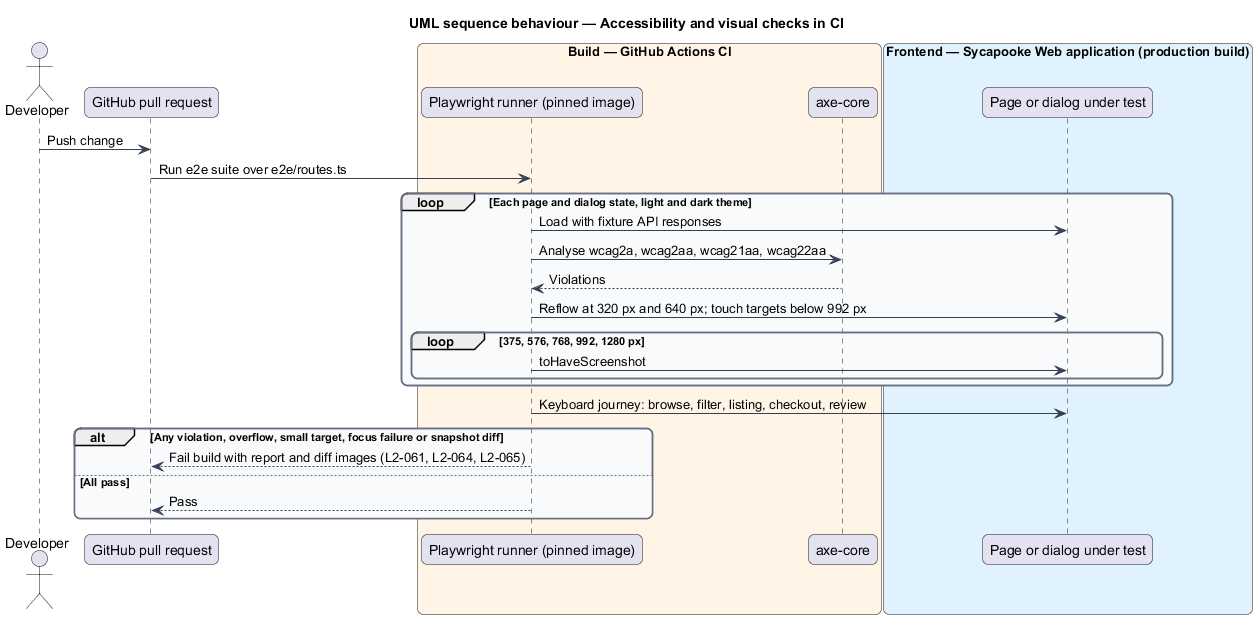
Above: docs/detailed-designs/platform/responsive-accessible-shell/diagrams/sequence-ci-accessibility.png in QuinntyneBrown/sycapooke (PlantUML), before the change. The source it was exported from:
```plantuml
@startuml
title UML sequence behaviour — Accessibility and visual checks in CI
skinparam backgroundColor #FFFFFF
skinparam shadowing false
skinparam roundcorner 12
skinparam defaultFontName Arial
skinparam ArrowColor #344054
skinparam rectangle {
  BorderColor #344054
  FontColor #101828
}
skinparam package {
  BorderColor #667085
  FontColor #101828
  BackgroundColor #F9FAFB
}
actor "Developer" as dev
participant "GitHub pull request" as pr
box "Build — GitHub Actions CI" #FFF4E5
  participant "Playwright runner (pinned image)" as pw
  participant "axe-core" as axe
end box
box "Frontend — Sycapooke Web application (production build)" #E0F2FE
  participant "Page or dialog under test" as page
end box
dev -> pr : Push change
pr -> pw : Run e2e suite over e2e/routes.ts
loop Each page and dialog state, light and dark theme
  pw -> page : Load with fixture API responses
  pw -> axe : Analyse wcag2a, wcag2aa, wcag21aa, wcag22aa
  axe --> pw : Violations
  pw -> page : Reflow at 320 px and 640 px; touch targets below 992 px
  loop 375, 576, 768, 992, 1280 px
    pw -> page : toHaveScreenshot
  end
end
pw -> page : Keyboard journey: browse, filter, listing, checkout, review
alt Any violation, overflow, small target, focus failure or snapshot diff
  pw --> pr : Fail build with report and diff images (L2-061, L2-064, L2-065)
else All pass
  pw --> pr : Pass
end
@enduml
```
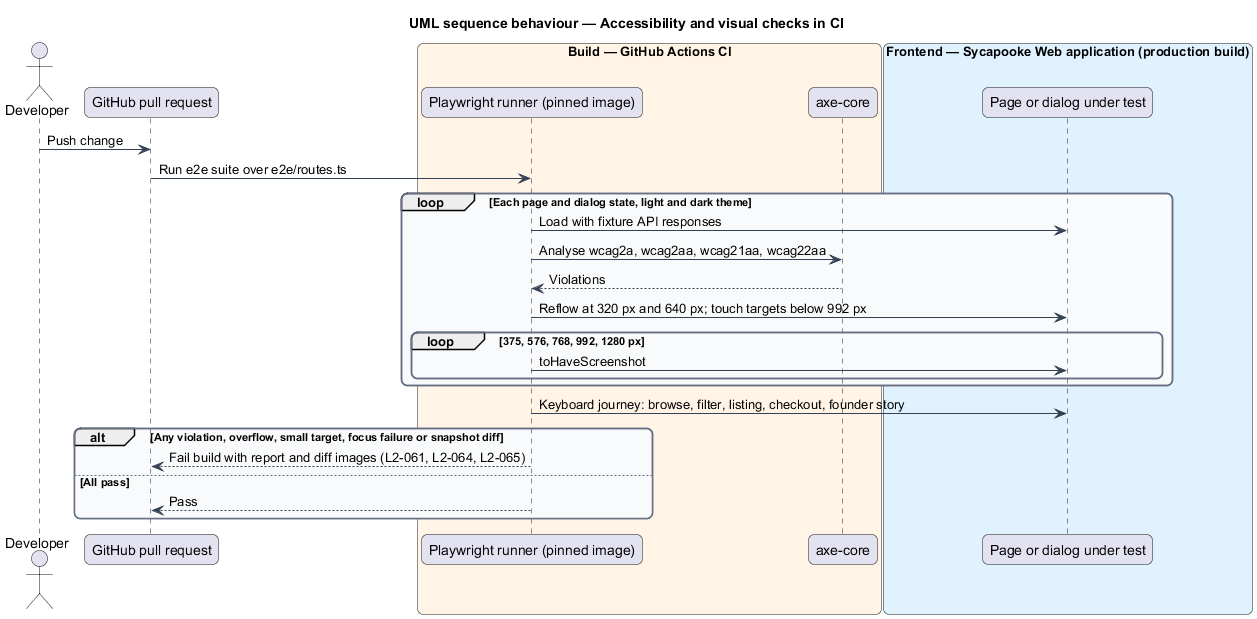
The same diagram one commit later.

Diff of the diagram source:
```diff
@@ -34,7 +34,7 @@
     pw -> page : toHaveScreenshot
   end
 end
-pw -> page : Keyboard journey: browse, filter, listing, checkout, review
+pw -> page : Keyboard journey: browse, filter, listing, checkout, founder story
 alt Any violation, overflow, small target, focus failure or snapshot diff
   pw --> pr : Fail build with report and diff images (L2-061, L2-064, L2-065)
 else All pass
```
